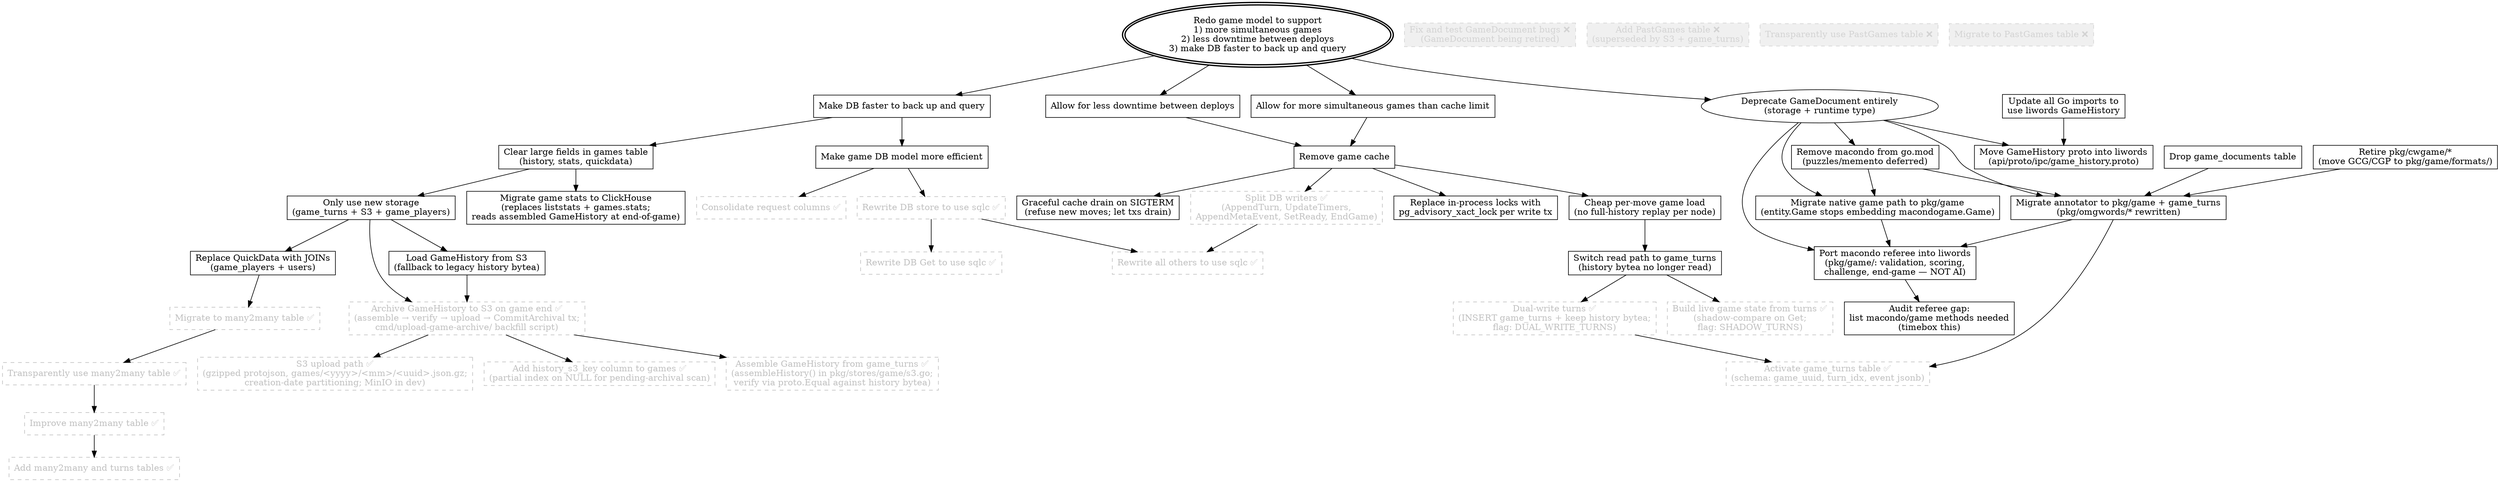
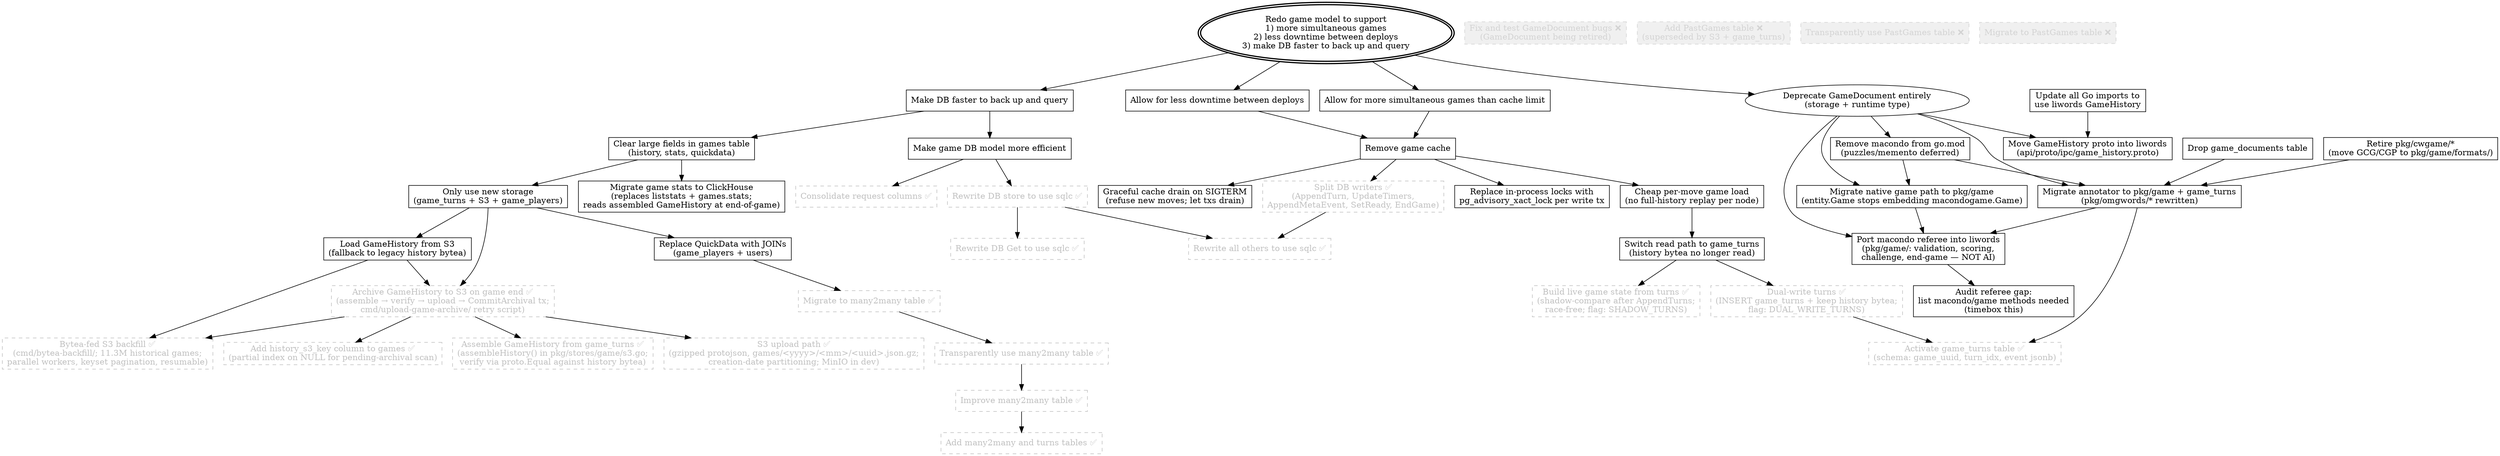
digraph RedoGameModel {
    Goal [label = "Redo game model to support\n1) more simultaneous games\n2) less downtime between deploys\n3) make DB faster to back up and query";shape = oval;peripheries = 2;style = bold;];

    // ── Completed nodes ✅ ────────────────────────────────────────────────
    node [shape = box; color = gray; fontcolor = gray; style = dashed;];
    DBGet [label = "Rewrite DB Get to use sqlc ✅";];
    AddOtherTables [label = "Add many2many and turns tables ✅";];
    SQLCDBStore [label = "Rewrite DB store to use sqlc ✅";];
    SQLCOtherFuncs [label = "Rewrite all others to use sqlc ✅";];
    ConsolidateRequestColumns [label = "Consolidate request columns ✅";];
    ImproveMany2ManyTable [label = "Improve many2many table ✅";];
    UseMany2ManyTable [label = "Transparently use many2many table ✅";];
    MigrateToMany2ManyTable [label = "Migrate to many2many table ✅";];
    ActivateGameTurnsTable [label = "Activate game_turns table ✅\n(schema: game_uuid, turn_idx, event jsonb)";];
    DualWriteTurns [label = "Dual-write turns ✅\n(INSERT game_turns + keep history bytea;\nflag: DUAL_WRITE_TURNS)";];
    SplitDBWriters [label = "Split DB writers ✅\n(AppendTurn, UpdateTimers,\nAppendMetaEvent, SetReady, EndGame)";];
-     BuildLiveStateFromTurns [label = "Build live game state from turns ✅\n(shadow-compare on Get;\nflag: SHADOW_TURNS)";];
+     BuildLiveStateFromTurns [label = "Build live game state from turns ✅\n(shadow-compare after AppendTurns;\nrace-free; flag: SHADOW_TURNS)";];
    AssembleHistoryFromTurns [label = "Assemble GameHistory from game_turns ✅\n(assembleHistory() in pkg/stores/game/s3.go;\nverify via proto.Equal against history bytea)";];
    S3UploadPath [label = "S3 upload path ✅\n(gzipped protojson, games/<yyyy>/<mm>/<uuid>.json.gz;\ncreation-date partitioning; MinIO in dev)";];
    S3UrlColumnOnGames [label = "Add history_s3_key column to games ✅\n(partial index on NULL for pending-archival scan)";];
-     S3ArchiveOnGameEnd [label = "Archive GameHistory to S3 on game end ✅\n(assemble → verify → upload → CommitArchival tx;\ncmd/upload-game-archive/ backfill script)";];
+     S3ArchiveOnGameEnd [label = "Archive GameHistory to S3 on game end ✅\n(assemble → verify → upload → CommitArchival tx;\ncmd/upload-game-archive/ retry script)";];
+     ByteaBackfill [label = "Bytea-fed S3 backfill ✅\n(cmd/bytea-backfill/; 11.3M historical games;\nparallel workers, keyset pagination, resumable)";];

    // ── Dropped nodes ❌ ──────────────────────────────────────────────────
    node [shape = box; color = lightgray; fontcolor = lightgray; style = "dashed,filled"; fillcolor = "#f0f0f0";];
    FixGameDocumentBugs [label = "Fix and test GameDocument bugs ❌\n(GameDocument being retired)";];
    AddPastGamesTable [label = "Add PastGames table ❌\n(superseded by S3 + game_turns)";];
    UsePastGamesTable [label = "Transparently use PastGames table ❌";];
    MigrateToPastGamesTable [label = "Migrate to PastGames table ❌";];

    // ── Open nodes ────────────────────────────────────────────────────────
    node [shape = box; color = black; fontcolor = black; style = solid; fillcolor = white;];

    MoreSimultaneousGames [label = "Allow for more simultaneous games than cache limit";];
    LessDowntimeBetweenDeploys [label = "Allow for less downtime between deploys";];
    MakeDBFaster [label = "Make DB faster to back up and query";];

    RemoveGameCache [label = "Remove game cache";];
    EfficientTable [label = "Make game DB model more efficient";];

    // ── RemoveGameCache prerequisites ─────────────────────────────────────
    AdvisoryLockWriters [label = "Replace in-process locks with\npg_advisory_xact_lock per write tx";];

    CheapGameLoad [label = "Cheap per-move game load\n(no full-history replay per node)";];
    ReadPathFromTurns [label = "Switch read path to game_turns\n(history bytea no longer read)";];

    GracefulCacheDrain [label = "Graceful cache drain on SIGTERM\n(refuse new moves; let txs drain)";];

    // ── MakeDBFaster prerequisites ────────────────────────────────────────
    ClearLargeFields [label = "Clear large fields in games table\n(history, stats, quickdata)";];
    MigrateStatsToClickhouse [label = "Migrate game stats to ClickHouse\n(replaces liststats + games.stats;\nreads assembled GameHistory at end-of-game)";];
    OnlyUseNewStorage [label = "Only use new storage\n(game_turns + S3 + game_players)";];
    ReplaceQuickData [label = "Replace QuickData with JOINs\n(game_players + users)";];

    S3LoadPath [label = "Load GameHistory from S3\n(fallback to legacy history bytea)";];

    // ── DeprecateGameDocument branch ──────────────────────────────────────
    DeprecateGameDocument [label = "Deprecate GameDocument entirely\n(storage + runtime type)";shape = oval;];

    MoveGameHistoryProto [label = "Move GameHistory proto into liwords\n(api/proto/ipc/game_history.proto)";];
    UpdateGoImports [label = "Update all Go imports to\nuse liwords GameHistory";];

    PortMacondoReferee [label = "Port macondo referee into liwords\n(pkg/game/: validation, scoring,\nchallenge, end-game — NOT AI)";];
    AuditRefereeGap [label = "Audit referee gap:\nlist macondo/game methods needed\n(timebox this)";];

    MigrateNativeGamesToPkgGame [label = "Migrate native game path to pkg/game\n(entity.Game stops embedding macondogame.Game)";];
    MigrateAnnotatorToPkgGame [label = "Migrate annotator to pkg/game + game_turns\n(pkg/omgwords/* rewritten)";];
    DropGameDocumentsTable [label = "Drop game_documents table";];
    RetireCwgame [label = "Retire pkg/cwgame/*\n(move GCG/CGP to pkg/game/formats/)";];
    RemoveMacondoRuntimeDep [label = "Remove macondo from go.mod\n(puzzles/memento deferred)";];

    // ── Edges: Goal ───────────────────────────────────────────────────────
    Goal -> MoreSimultaneousGames;
    Goal -> LessDowntimeBetweenDeploys;
    Goal -> MakeDBFaster;
    Goal -> DeprecateGameDocument;

    // ── Edges: RemoveGameCache ────────────────────────────────────────────
    MoreSimultaneousGames -> RemoveGameCache;
    LessDowntimeBetweenDeploys -> RemoveGameCache;

    RemoveGameCache -> AdvisoryLockWriters;
    RemoveGameCache -> SplitDBWriters;
    RemoveGameCache -> CheapGameLoad;
    RemoveGameCache -> GracefulCacheDrain;
    SplitDBWriters -> SQLCOtherFuncs;

    CheapGameLoad -> ReadPathFromTurns;
    ReadPathFromTurns -> DualWriteTurns;
    DualWriteTurns -> ActivateGameTurnsTable;
    ReadPathFromTurns -> BuildLiveStateFromTurns;

    // ── Edges: MakeDBFaster ───────────────────────────────────────────────
    MakeDBFaster -> EfficientTable;
    MakeDBFaster -> ClearLargeFields;

    EfficientTable -> ConsolidateRequestColumns;
    EfficientTable -> SQLCDBStore;
    SQLCDBStore -> DBGet;
    SQLCDBStore -> SQLCOtherFuncs;

    ClearLargeFields -> OnlyUseNewStorage;
    ClearLargeFields -> MigrateStatsToClickhouse;
    OnlyUseNewStorage -> ReplaceQuickData;
    OnlyUseNewStorage -> S3ArchiveOnGameEnd;
    OnlyUseNewStorage -> S3LoadPath;

    ReplaceQuickData -> MigrateToMany2ManyTable;
    MigrateToMany2ManyTable -> UseMany2ManyTable;
    UseMany2ManyTable -> ImproveMany2ManyTable;
    ImproveMany2ManyTable -> AddOtherTables;

    S3ArchiveOnGameEnd -> AssembleHistoryFromTurns;
    S3ArchiveOnGameEnd -> S3UploadPath;
    S3ArchiveOnGameEnd -> S3UrlColumnOnGames;
+     S3ArchiveOnGameEnd -> ByteaBackfill;
    S3LoadPath -> S3ArchiveOnGameEnd;
+     S3LoadPath -> ByteaBackfill;

    // ── Edges: DeprecateGameDocument ──────────────────────────────────────
    DeprecateGameDocument -> MoveGameHistoryProto;
    DeprecateGameDocument -> PortMacondoReferee;
    DeprecateGameDocument -> MigrateNativeGamesToPkgGame;
    DeprecateGameDocument -> MigrateAnnotatorToPkgGame;
    DeprecateGameDocument -> RemoveMacondoRuntimeDep;

    UpdateGoImports -> MoveGameHistoryProto;
    PortMacondoReferee -> AuditRefereeGap;
    MigrateNativeGamesToPkgGame -> PortMacondoReferee;
    MigrateAnnotatorToPkgGame -> PortMacondoReferee;
    MigrateAnnotatorToPkgGame -> ActivateGameTurnsTable;
    DropGameDocumentsTable -> MigrateAnnotatorToPkgGame;
    RetireCwgame -> MigrateAnnotatorToPkgGame;
    RemoveMacondoRuntimeDep -> MigrateNativeGamesToPkgGame;
    RemoveMacondoRuntimeDep -> MigrateAnnotatorToPkgGame;
}
